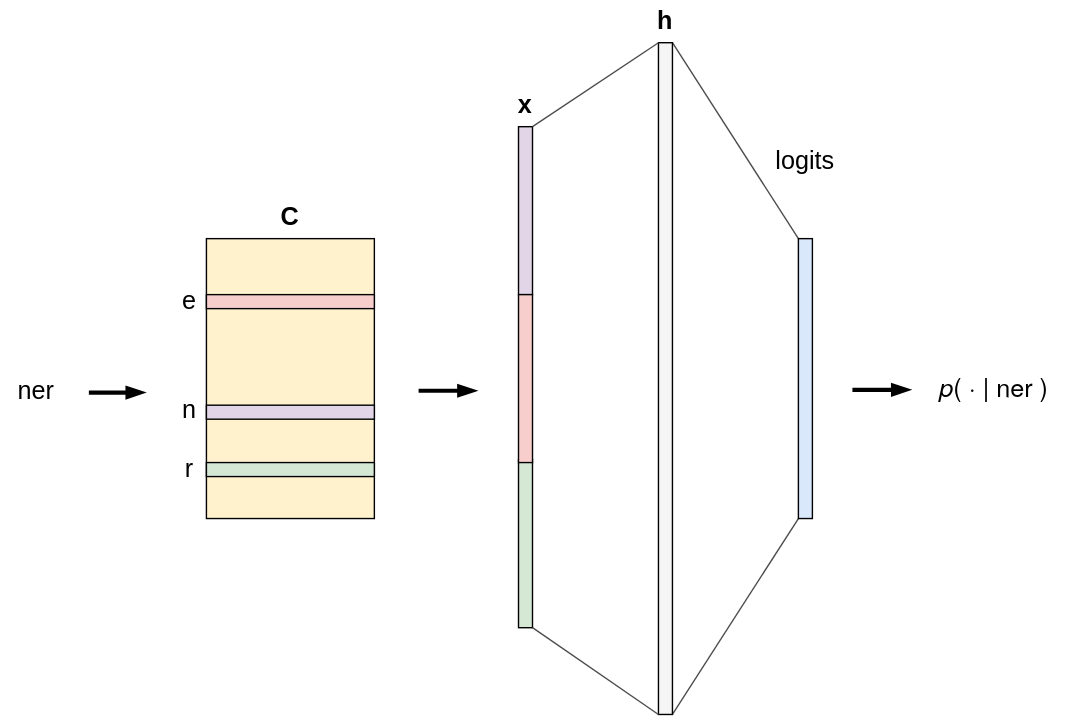
particle1331/ok-transformer keeps this draw.io diagram as docs/img/mlp-char-level.drawio.svg. Above is the earlier version. Source tidied: cells renumbered, new cells last; positions are measured from the earlier drawing's top-left corner, leaving out a move shared by most shapes.
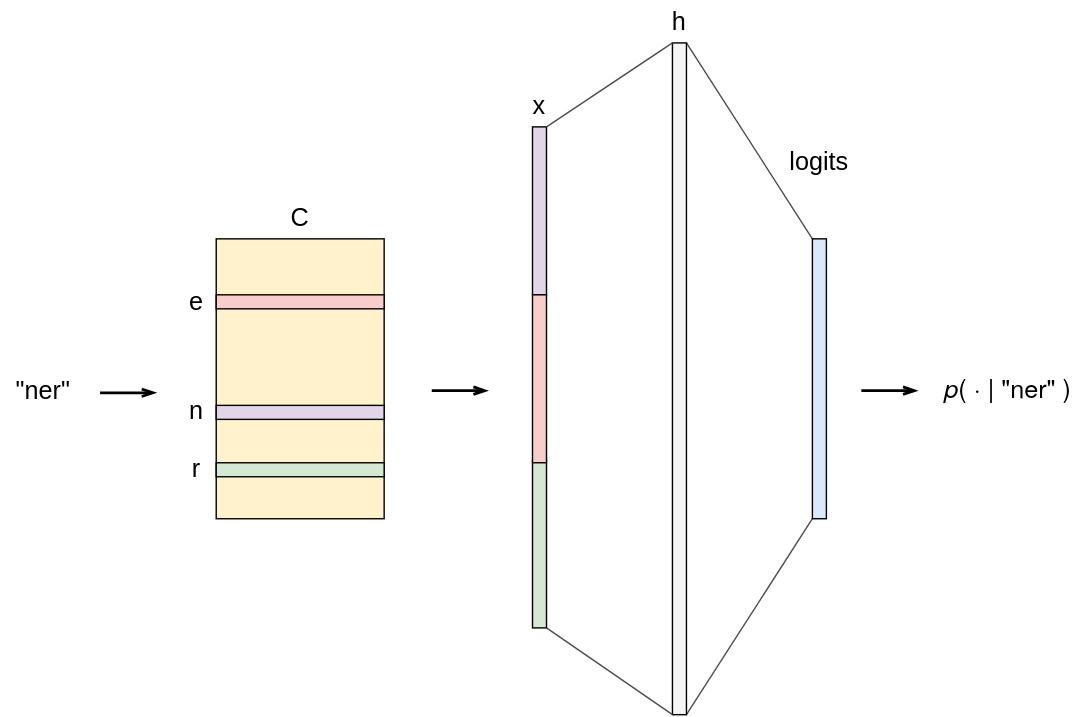
Later version of the same file.

Commit message:
Add embedding construction diagram.

Change to the diagram source:
```diff
@@ -2,38 +2,38 @@
   <root>
     <mxCell id="0" />
     <mxCell id="1" parent="0" />
-    <mxCell id="2" value="&lt;span style=&quot;font-size: 18px;&quot;&gt;ner&lt;/span&gt;" style="text;html=1;align=center;verticalAlign=middle;strokeColor=none;fillColor=none;" parent="1" vertex="1">
-      <mxGeometry y="259" width="50" height="40" as="geometry" />
+    <mxCell id="2" value="&lt;span style=&quot;font-size: 18px;&quot;&gt;&quot;ner&quot;&lt;/span&gt;" style="text;html=1;align=center;verticalAlign=middle;strokeColor=none;fillColor=none;" parent="1" vertex="1">
+      <mxGeometry x="-10" y="259" width="60" height="40" as="geometry" />
     </mxCell>
     <mxCell id="3" style="rounded=0;whiteSpace=wrap;html=1;fontSize=18;fillColor=#fff2cc;strokeColor=#000000;" parent="1" vertex="1">
-      <mxGeometry x="147" y="170" width="120" height="200" as="geometry" />
+      <mxGeometry x="144" y="170" width="120" height="200" as="geometry" />
     </mxCell>
     <mxCell id="4" style="rounded=0;whiteSpace=wrap;html=1;fontSize=18;fillColor=#f8cecc;strokeColor=#000000;" parent="1" vertex="1">
-      <mxGeometry x="147" y="210" width="120" height="10" as="geometry" />
+      <mxGeometry x="144" y="210" width="120" height="10" as="geometry" />
     </mxCell>
     <mxCell id="5" style="rounded=0;whiteSpace=wrap;html=1;fontSize=18;fillColor=#e1d5e7;strokeColor=#000000;" parent="1" vertex="1">
-      <mxGeometry x="147" y="289" width="120" height="10" as="geometry" />
+      <mxGeometry x="144" y="289" width="120" height="10" as="geometry" />
     </mxCell>
     <mxCell id="6" style="rounded=0;whiteSpace=wrap;html=1;fontSize=18;fillColor=#d5e8d4;strokeColor=#000000;" parent="1" vertex="1">
-      <mxGeometry x="147" y="330" width="120" height="10" as="geometry" />
+      <mxGeometry x="144" y="330" width="120" height="10" as="geometry" />
     </mxCell>
-    <mxCell id="7" value="e" style="text;html=1;strokeColor=none;fillColor=none;align=center;verticalAlign=middle;whiteSpace=wrap;rounded=0;fontSize=18;" parent="1" vertex="1">
-      <mxGeometry x="105" y="200" width="60" height="30" as="geometry" />
+    <mxCell id="7" value="e" style="text;html=1;strokeColor=none;fillColor=none;align=center;verticalAlign=middle;whiteSpace=wrap;rounded=0;fontSize=18;fontStyle=0;" parent="1" vertex="1">
+      <mxGeometry x="100" y="200" width="60" height="30" as="geometry" />
     </mxCell>
-    <mxCell id="8" value="r" style="text;html=1;strokeColor=none;fillColor=none;align=center;verticalAlign=middle;whiteSpace=wrap;rounded=0;fontSize=18;" parent="1" vertex="1">
-      <mxGeometry x="105" y="320" width="60" height="30" as="geometry" />
+    <mxCell id="8" value="r" style="text;html=1;strokeColor=none;fillColor=none;align=center;verticalAlign=middle;whiteSpace=wrap;rounded=0;fontSize=18;fontStyle=0;" parent="1" vertex="1">
+      <mxGeometry x="100" y="320" width="60" height="30" as="geometry" />
     </mxCell>
-    <mxCell id="9" value="n" style="text;html=1;strokeColor=none;fillColor=none;align=center;verticalAlign=middle;whiteSpace=wrap;rounded=0;fontSize=18;" parent="1" vertex="1">
-      <mxGeometry x="105" y="278" width="60" height="30" as="geometry" />
+    <mxCell id="9" value="n" style="text;html=1;strokeColor=none;fillColor=none;align=center;verticalAlign=middle;whiteSpace=wrap;rounded=0;fontSize=18;fontStyle=0;" parent="1" vertex="1">
+      <mxGeometry x="100" y="278" width="60" height="30" as="geometry" />
     </mxCell>
-    <mxCell id="10" style="endArrow=blockThin;html=1;rounded=0;fontSize=18;endFill=1;strokeWidth=3;" parent="1" edge="1">
+    <mxCell id="10" style="endArrow=openThin;html=1;rounded=0;fontSize=18;endFill=0;strokeWidth=2;fontStyle=1;" parent="1" edge="1">
       <mxGeometry relative="1" as="geometry">
-        <mxPoint x="63" y="280" as="sourcePoint" />
-        <mxPoint x="103" y="280" as="targetPoint" />
+        <mxPoint x="61" y="280" as="sourcePoint" />
+        <mxPoint x="101" y="280" as="targetPoint" />
       </mxGeometry>
     </mxCell>
-    <mxCell id="11" value="C" style="text;html=1;strokeColor=none;fillColor=none;align=center;verticalAlign=middle;whiteSpace=wrap;rounded=0;fontSize=18;fontStyle=1;" parent="1" vertex="1">
-      <mxGeometry x="177" y="140" width="60" height="30" as="geometry" />
+    <mxCell id="11" value="C" style="text;html=1;strokeColor=none;fillColor=none;align=center;verticalAlign=middle;whiteSpace=wrap;rounded=0;fontSize=18;fontStyle=0;" parent="1" vertex="1">
+      <mxGeometry x="174" y="140" width="60" height="30" as="geometry" />
     </mxCell>
     <mxCell id="12" style="rounded=0;whiteSpace=wrap;html=1;fontSize=18;fillColor=#e1d5e7;strokeColor=#000000;rotation=90;" parent="1" vertex="1">
       <mxGeometry x="315" y="145" width="120" height="10" as="geometry" />
@@ -44,7 +44,7 @@
     <mxCell id="14" style="rounded=0;whiteSpace=wrap;html=1;fontSize=18;fillColor=#f8cecc;strokeColor=#000000;rotation=90;" parent="1" vertex="1">
       <mxGeometry x="315" y="265" width="120" height="10" as="geometry" />
     </mxCell>
-    <mxCell id="15" value="x" style="text;html=1;strokeColor=none;fillColor=none;align=center;verticalAlign=middle;whiteSpace=wrap;rounded=0;fontSize=18;fontStyle=1;" parent="1" vertex="1">
+    <mxCell id="15" value="x" style="text;html=1;strokeColor=none;fillColor=none;align=center;verticalAlign=middle;whiteSpace=wrap;rounded=0;fontSize=18;fontStyle=0;" parent="1" vertex="1">
       <mxGeometry x="345" y="60" width="60" height="30" as="geometry" />
     </mxCell>
     <mxCell id="16" style="rounded=0;jettySize=auto;html=1;exitX=1;exitY=1;exitDx=0;exitDy=0;entryX=0;entryY=1;entryDx=0;entryDy=0;strokeColor=#4D4D4D;strokeWidth=1;fontSize=18;endArrow=none;endFill=0;" parent="1" edge="1" source="18" target="19">
@@ -59,32 +59,32 @@
     <mxCell id="19" style="rounded=0;whiteSpace=wrap;html=1;strokeColor=#000000;fontSize=18;fillColor=#dae8fc;" parent="1" vertex="1">
       <mxGeometry x="570" y="170" width="10" height="200" as="geometry" />
     </mxCell>
-    <mxCell id="20" value="h" style="text;html=1;strokeColor=none;fillColor=none;align=center;verticalAlign=middle;whiteSpace=wrap;rounded=0;fontSize=18;fontStyle=1;" parent="1" vertex="1">
+    <mxCell id="20" value="h" style="text;html=1;strokeColor=none;fillColor=none;align=center;verticalAlign=middle;whiteSpace=wrap;rounded=0;fontSize=18;fontStyle=0;" parent="1" vertex="1">
       <mxGeometry x="445" width="60" height="30" as="geometry" />
     </mxCell>
     <mxCell id="21" value="logits" style="text;html=1;strokeColor=none;fillColor=none;align=center;verticalAlign=middle;whiteSpace=wrap;rounded=0;fontSize=18;fontStyle=0;" parent="1" vertex="1">
       <mxGeometry x="545" y="100" width="60" height="30" as="geometry" />
     </mxCell>
-    <mxCell id="22" style="endArrow=blockThin;html=1;rounded=0;fontSize=18;exitX=1.06;exitY=0.563;exitDx=0;exitDy=0;exitPerimeter=0;endFill=1;strokeWidth=3;" parent="1" edge="1">
-      <mxGeometry relative="1" as="geometry">
-        <mxPoint x="608.6" y="278" as="sourcePoint" />
-        <mxPoint x="650" y="278" as="targetPoint" />
-      </mxGeometry>
-    </mxCell>
-    <mxCell id="23" style="endArrow=blockThin;html=1;rounded=0;fontSize=18;exitX=1.06;exitY=0.563;exitDx=0;exitDy=0;exitPerimeter=0;endFill=1;strokeWidth=3;" parent="1" edge="1">
-      <mxGeometry relative="1" as="geometry">
-        <mxPoint x="298.6" y="278.7" as="sourcePoint" />
-        <mxPoint x="340" y="278.7" as="targetPoint" />
-      </mxGeometry>
-    </mxCell>
     <mxCell id="24" style="endArrow=none;html=1;rounded=0;strokeWidth=1;fontSize=18;exitX=0;exitY=0;exitDx=0;exitDy=0;strokeColor=#4D4D4D;entryX=0;entryY=0;entryDx=0;entryDy=0;" parent="1" edge="1" source="12" target="18">
       <mxGeometry relative="1" as="geometry" />
     </mxCell>
     <mxCell id="25" style="endArrow=none;html=1;rounded=0;strokeWidth=1;fontSize=18;exitX=1;exitY=0;exitDx=0;exitDy=0;strokeColor=#4D4D4D;entryX=0;entryY=1;entryDx=0;entryDy=0;" parent="1" edge="1" source="13" target="18">
       <mxGeometry relative="1" as="geometry" />
     </mxCell>
-    <mxCell id="26" value="&lt;p style=&quot;margin: 0px; font-variant-numeric: normal; font-variant-east-asian: normal; font-stretch: normal; line-height: normal; font-family: &amp;quot;Helvetica Neue&amp;quot;; text-align: start;&quot; class=&quot;p1&quot;&gt;&lt;i&gt;p&lt;/i&gt;( · | ner )&lt;/p&gt;" style="text;html=1;strokeColor=none;fillColor=none;align=center;verticalAlign=middle;whiteSpace=wrap;rounded=0;labelBackgroundColor=#FFFFFF;fontSize=18;fontColor=#000000;" parent="1" vertex="1">
+    <mxCell id="26" value="&lt;p style=&quot;margin: 0px; font-variant-numeric: normal; font-variant-east-asian: normal; font-stretch: normal; line-height: normal; font-family: &amp;quot;Helvetica Neue&amp;quot;; text-align: start;&quot; class=&quot;p1&quot;&gt;&lt;i&gt;p&lt;/i&gt;( · | &quot;ner&quot; )&lt;/p&gt;" style="text;html=1;strokeColor=none;fillColor=none;align=center;verticalAlign=middle;whiteSpace=wrap;rounded=0;labelBackgroundColor=#FFFFFF;fontSize=18;fontColor=#000000;" parent="1" vertex="1">
       <mxGeometry x="655" y="260" width="110" height="30" as="geometry" />
     </mxCell>
+    <mxCell id="27" style="endArrow=openThin;html=1;rounded=0;fontSize=18;endFill=0;strokeWidth=2;fontStyle=1;" parent="1" edge="1">
+      <mxGeometry relative="1" as="geometry">
+        <mxPoint x="298" y="278.5" as="sourcePoint" />
+        <mxPoint x="338" y="278.5" as="targetPoint" />
+      </mxGeometry>
+    </mxCell>
+    <mxCell id="28" style="endArrow=openThin;html=1;rounded=0;fontSize=18;endFill=0;strokeWidth=2;fontStyle=1;" parent="1" edge="1">
+      <mxGeometry relative="1" as="geometry">
+        <mxPoint x="605" y="278.5" as="sourcePoint" />
+        <mxPoint x="645" y="278.5" as="targetPoint" />
+      </mxGeometry>
+    </mxCell>
   </root>
 </mxGraphModel>
```
